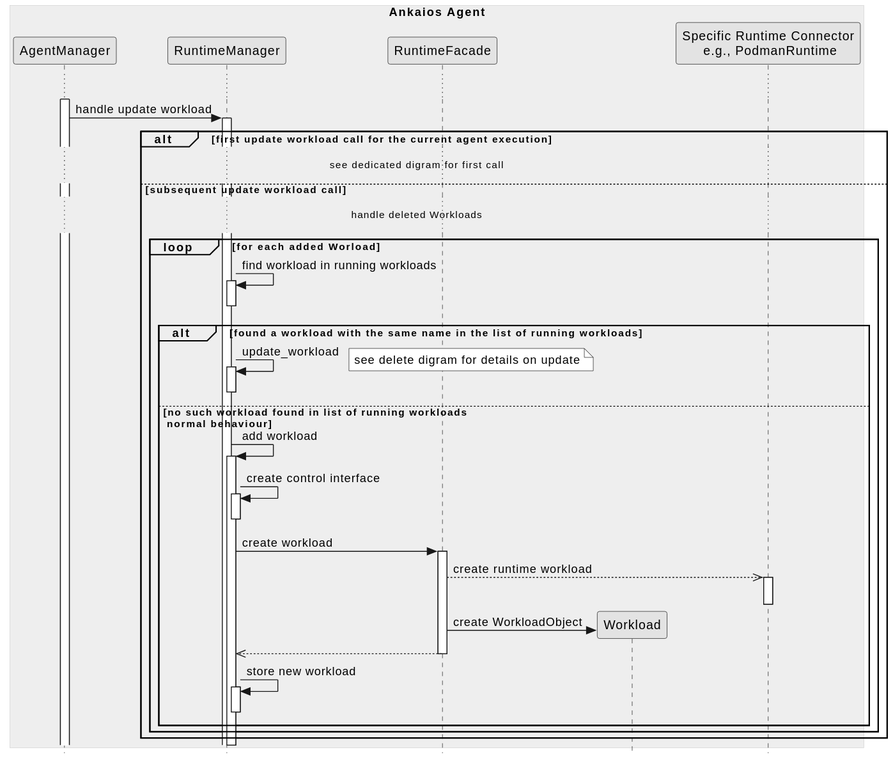
eclipse-ankaios/ankaios keeps this PlantUML diagram as agent/doc/swdesign/plantuml/seq_update_workload_subsequent_added.svg. Above is the earlier version.
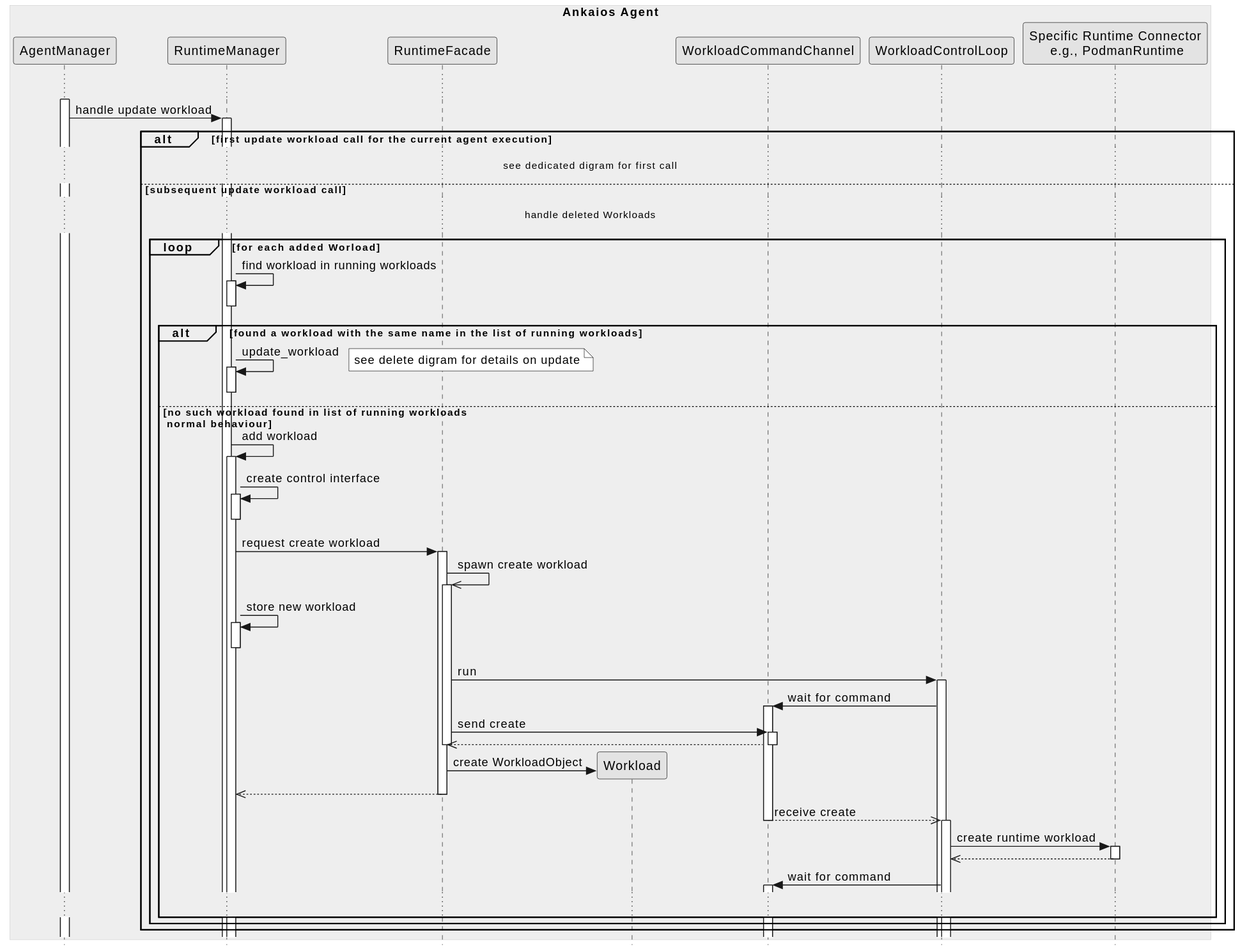
Above is the later version.

Change to the diagram source:
```diff
@@ -8,6 +8,8 @@
     participant "RuntimeFacade" as rt_facade
 
     participant "Workload" as workload
+    participant "WorkloadCommandChannel" as workload_command
+    participant "WorkloadControlLoop" as workload_control_loop
 
     participant "Specific Runtime Connector\n e.g., PodmanRuntime" as runtime
 
@@ -34,14 +36,26 @@
         else no such workload found in list of running workloads \n normal behaviour
             runtime_manager -> runtime_manager++: add workload
             runtime_manager -> runtime_manager++--: create control interface
-            runtime_manager -> rt_facade++: create workload
+            runtime_manager -> rt_facade++: request create workload
+            rt_facade ->> rt_facade ++: spawn create workload
+            runtime_manager -> runtime_manager++--: store new workload
 
-            rt_facade -->> runtime++: create runtime workload
-            deactivate runtime
+            rt_facade -> workload_control_loop ++: run
+            workload_control_loop -> workload_command ++: wait for command
+            rt_facade -> workload_command ++: send create
+            workload_command -->> rt_facade--
+            deactivate rt_facade
 
             rt_facade -> workload **: create WorkloadObject
-            rt_facade -->> runtime_manager--
-            runtime_manager -> runtime_manager++--: store new workload
+            rt_facade -->> runtime_manager --
+
+            workload_command -->> workload_control_loop --++: receive create
+
+            workload_control_loop -> runtime++: create runtime workload
+            runtime -->> workload_control_loop --
+            workload_control_loop -> workload_command ++: wait for command
+
+            ...
         end
     end
 end
```
